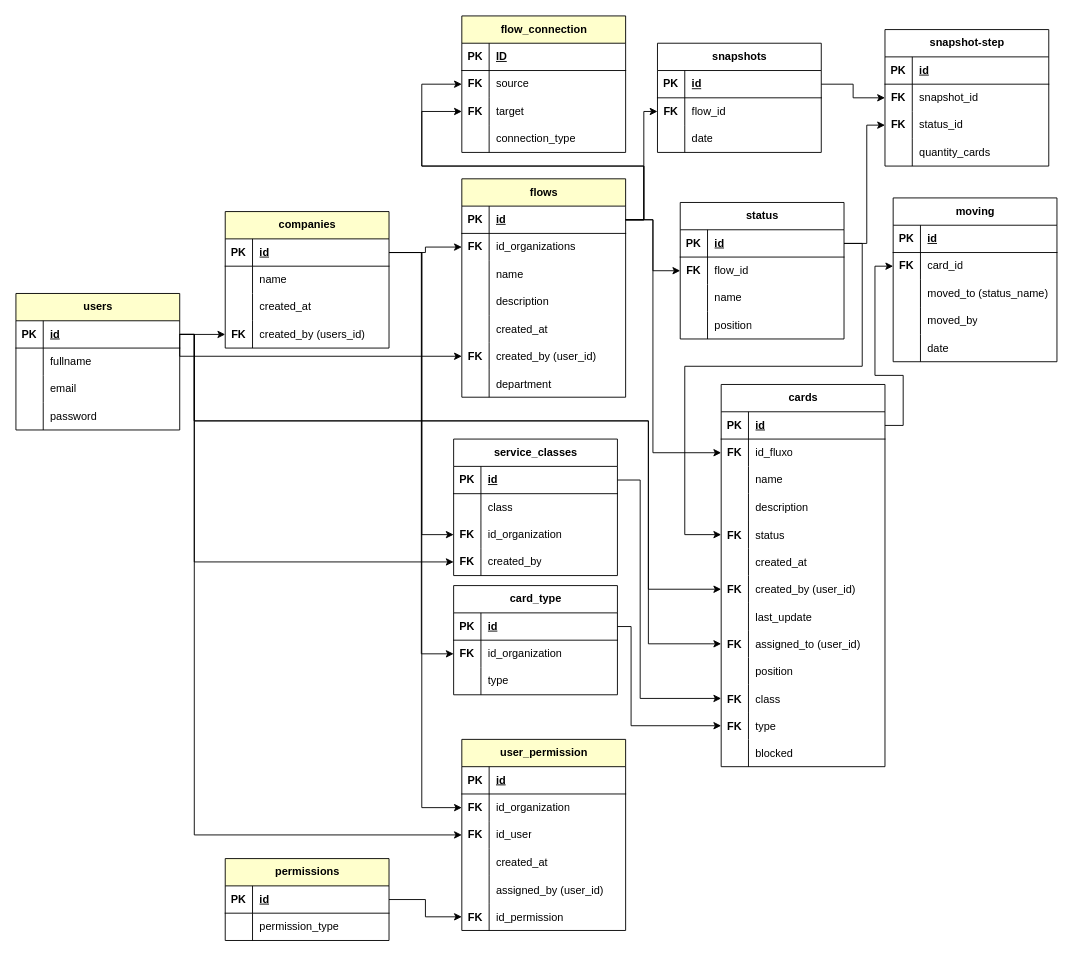
Before: tabelas.drawio in andrechamelete/flow-management, a draw.io diagram. Source tidied: cells renumbered, new cells numbered last; positions are measured from the earlier drawing's top-left corner, leaving out a move shared by most shapes. Both pictures are drawn from the tidied source at 91%, with x=0, y=0 at pixel (15, 15).
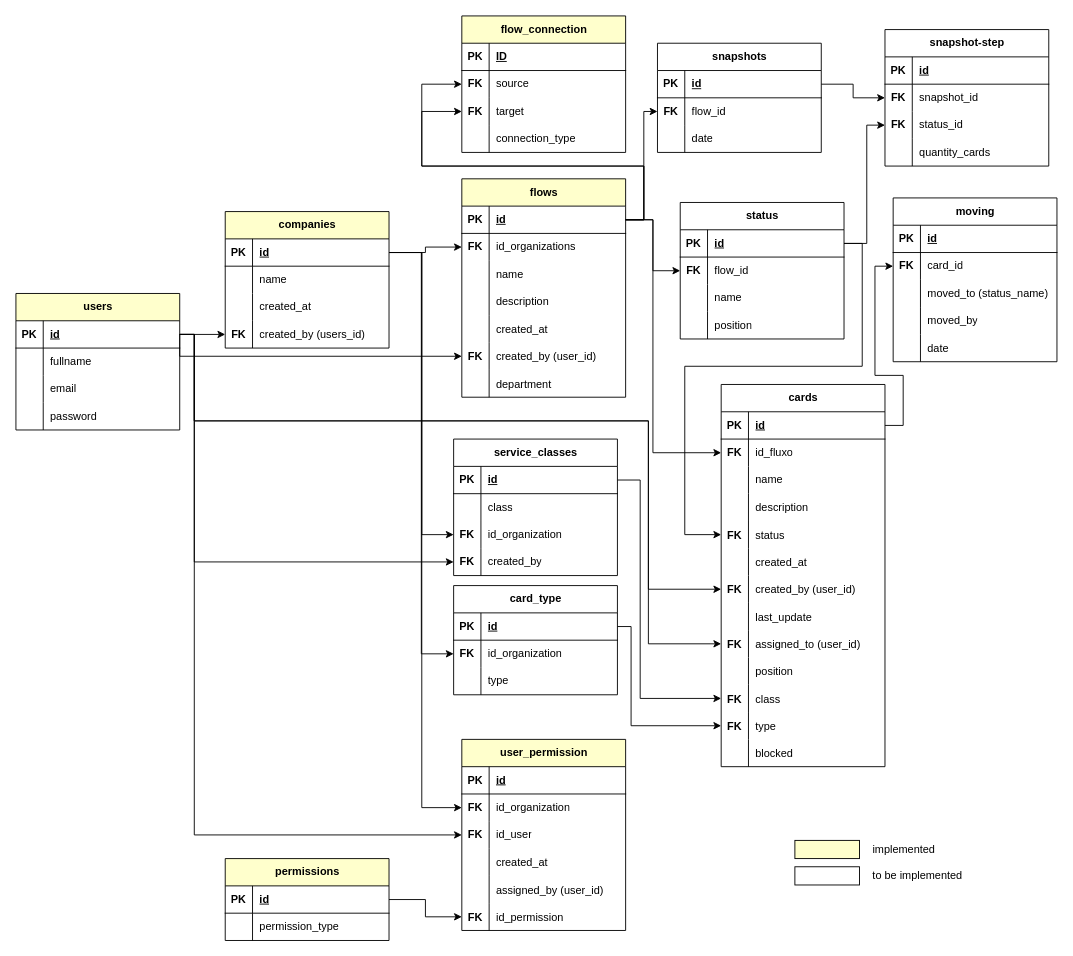
The same page after the edit.

Commit message:
tables schema

What changed in the source:
```diff
@@
+    <mxCell id="227" style="rounded=0;whiteSpace=wrap;html=1;fillColor=#FFFFCC;" parent="1" vertex="1">
+      <mxGeometry x="856" y="906" width="71" height="20" as="geometry" />
+    </mxCell>
+    <mxCell id="228" style="rounded=0;whiteSpace=wrap;html=1;" parent="1" vertex="1">
+      <mxGeometry x="856" y="935" width="71" height="20" as="geometry" />
+    </mxCell>
+    <mxCell id="229" value="implemented" style="text;html=1;align=center;verticalAlign=middle;whiteSpace=wrap;rounded=0;" parent="1" vertex="1">
+      <mxGeometry x="946" y="901" width="60" height="30" as="geometry" />
+    </mxCell>
+    <mxCell id="230" value="to be implemented" style="text;html=1;align=center;verticalAlign=middle;whiteSpace=wrap;rounded=0;" parent="1" vertex="1">
+      <mxGeometry x="936" y="930" width="110" height="30" as="geometry" />
+    </mxCell>
```
